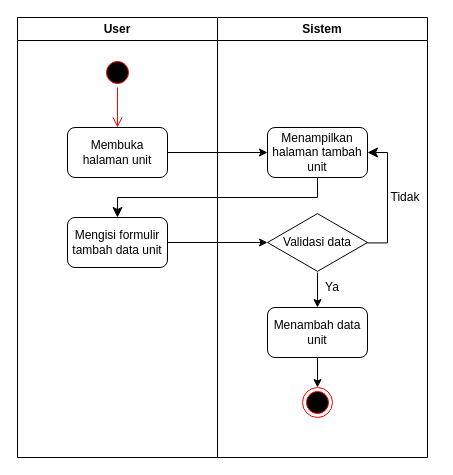
Earlier version of the draw.io diagram DOKUMENTASI IDMS/unit/tambahunit.drawio.drawio (rismanrhz/idms). Source tidied: cells renumbered, new cells numbered last; positions are measured from the earlier drawing's top-left corner, leaving out a move shared by most shapes. Both pictures are drawn from the tidied source at 100%, with x=0, y=0 at pixel (17, 17).
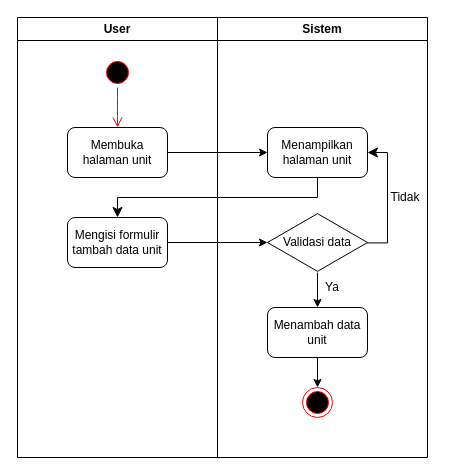
The same diagram, later.

The change refers to these unchanged cells:
```xml
<mxCell id="7" value="Sistem" style="swimlane;whiteSpace=wrap;html=1;" parent="1" vertex="1">
  <mxGeometry x="200" width="210" height="440" as="geometry" />
</mxCell>
```

What changed in the source:
```diff
@@
-    <mxCell id="8" value="Menampilkan halaman tambah unit" style="rounded=1;whiteSpace=wrap;html=1;" parent="7" vertex="1">
+    <mxCell id="8" value="Menampilkan halaman unit" style="rounded=1;whiteSpace=wrap;html=1;" parent="7" vertex="1">
       <mxGeometry x="50" y="110" width="100" height="50" as="geometry" />
     </mxCell>
```
